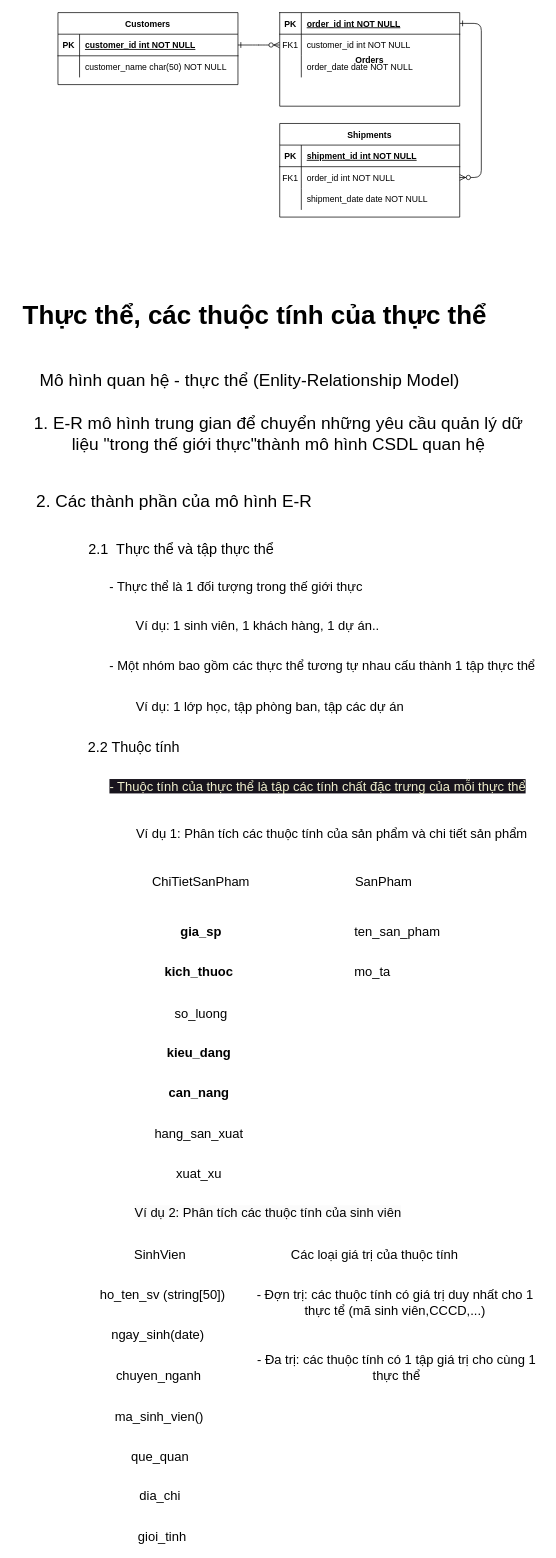
This is Buoi1.drawio from tuannguyen-1309/Draw, a draw.io file, before an edit. Source tidied: cells renumbered, new cells numbered last; positions are measured from the earlier drawing's top-left corner, leaving out a move shared by most shapes. Both pictures are drawn from the tidied source at 72%, with x=0, y=0 at pixel (12, 12).
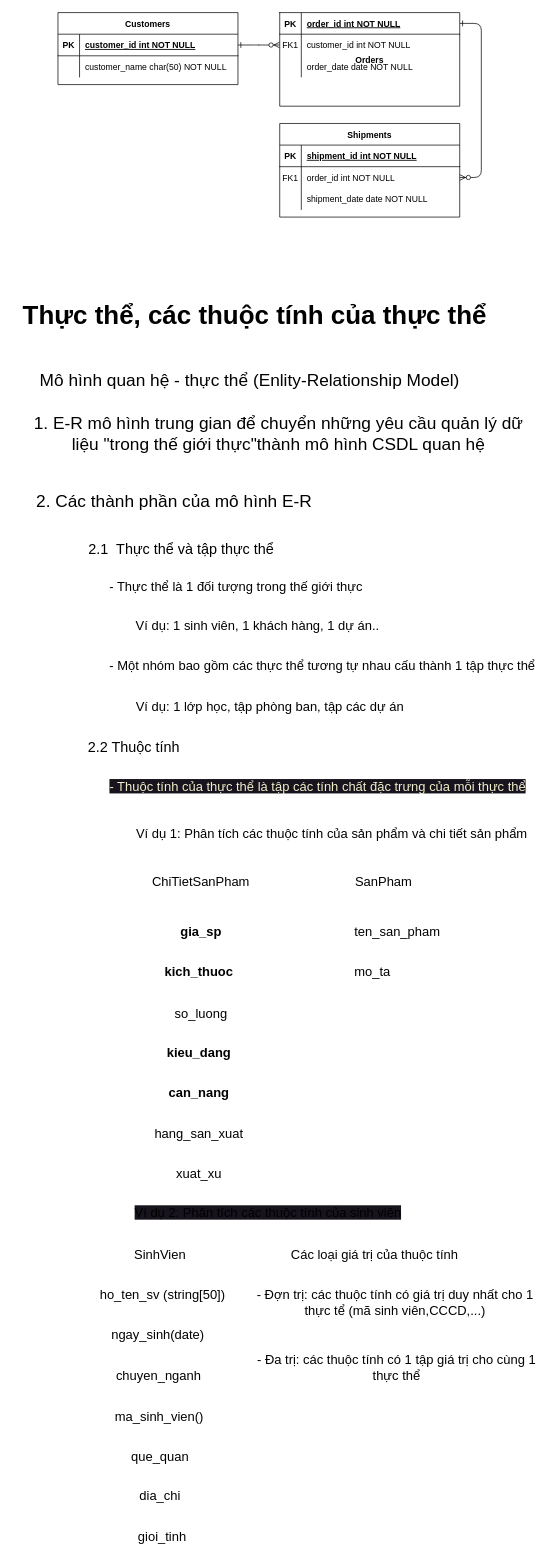
The same page after the edit.

Change to the diagram source:
```diff
@@
-    <mxCell id="54" value="&lt;span style=&quot;color: rgb(0, 0, 0); font-family: Helvetica; font-size: 18px; font-style: normal; font-variant-ligatures: normal; font-variant-caps: normal; font-weight: 400; letter-spacing: normal; orphans: 2; text-indent: 0px; text-transform: none; widows: 2; word-spacing: 0px; -webkit-text-stroke-width: 0px; background-color: rgb(251, 251, 251); text-decoration-thickness: initial; text-decoration-style: initial; text-decoration-color: initial; float: none; display: inline !important;&quot;&gt;Ví dụ 2: Phân tích các thuộc tính của sinh viên&lt;/span&gt;" style="text;whiteSpace=wrap;html=1;align=center;" parent="1" vertex="1">
+    <mxCell id="54" value="&lt;span style=&quot;font-family: Helvetica; font-size: 18px; font-style: normal; font-variant-ligatures: normal; font-variant-caps: normal; font-weight: 400; letter-spacing: normal; orphans: 2; text-indent: 0px; text-transform: none; widows: 2; word-spacing: 0px; -webkit-text-stroke-width: 0px; text-decoration-thickness: initial; text-decoration-style: initial; text-decoration-color: initial; float: none; display: inline !important; background-color: rgb(24, 20, 29);&quot;&gt;Ví dụ 2: Phân tích các thuộc tính của sinh viên&lt;/span&gt;" style="text;whiteSpace=wrap;html=1;align=center;" parent="1" vertex="1">
       <mxGeometry x="37" y="1650" width="636" height="30" as="geometry" />
     </mxCell>
```
